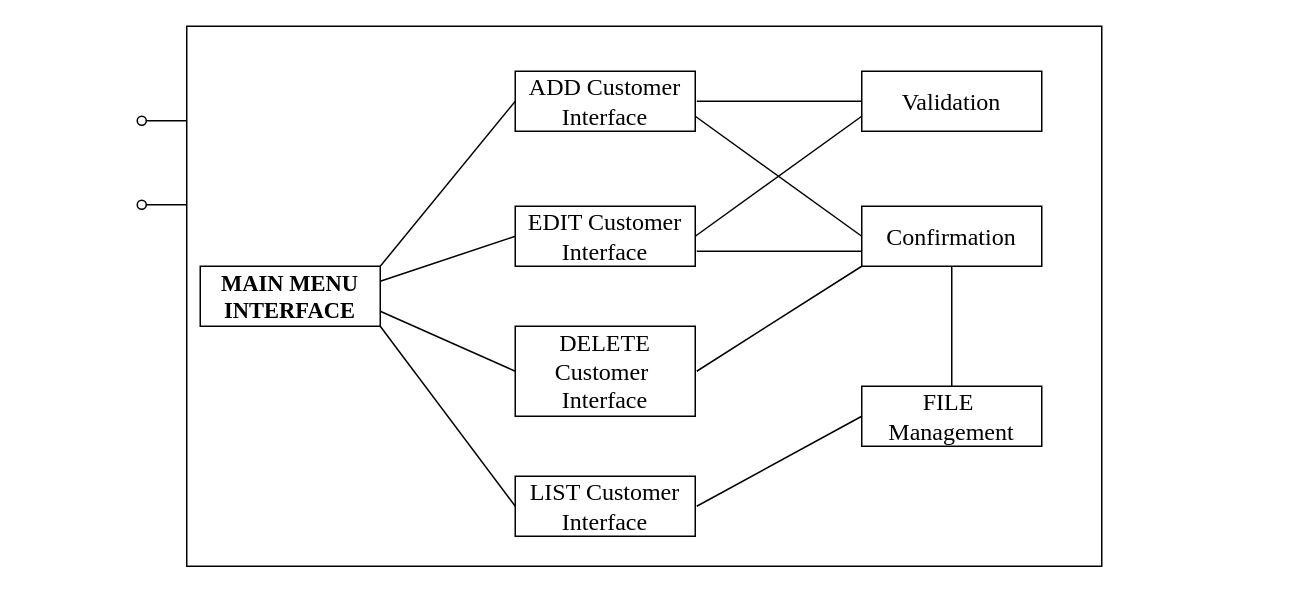
This is Untitled Diagram.drawio from francis-job/jarvis, a draw.io file, before an edit. Source tidied: cells renumbered, new cells numbered last; positions are measured from the earlier drawing's top-left corner, leaving out a move shared by most shapes. Both pictures are drawn from the tidied source at 150%, with x=0, y=0 at pixel (141, 26).
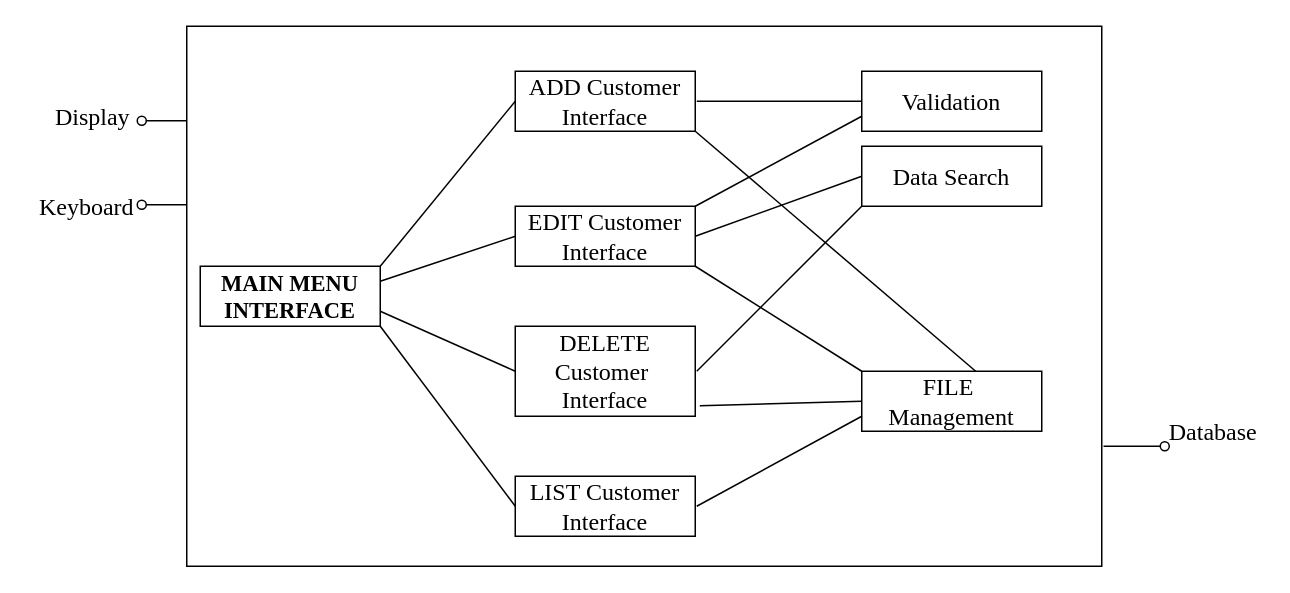
Above is the later version.

Unchanged cells that the change refers to:
```xml
<mxCell id="4" value="ADD Customer&lt;br&gt;Interface" style="rounded=0;whiteSpace=wrap;html=1;fontFamily=Times New Roman;fontSize=16;" parent="1" vertex="1">
  <mxGeometry x="249" y="30" width="120" height="40" as="geometry" />
</mxCell>
<mxCell id="5" value="&lt;font style=&quot;font-size: 16px&quot;&gt;EDIT Customer&lt;br&gt;Interface&lt;/font&gt;" style="rounded=0;whiteSpace=wrap;html=1;fontFamily=Times New Roman;" parent="1" vertex="1">
  <mxGeometry x="249" y="120" width="120" height="40" as="geometry" />
</mxCell>
<mxCell id="7" value="&lt;font style=&quot;font-size: 16px&quot;&gt;DELETE Customer&amp;nbsp;&lt;br&gt;Interface&lt;/font&gt;" style="rounded=0;whiteSpace=wrap;html=1;fontFamily=Times New Roman;" parent="1" vertex="1">
  <mxGeometry x="249" y="200" width="120" height="60" as="geometry" />
</mxCell>
<mxCell id="8" value="Validation" style="rounded=0;whiteSpace=wrap;html=1;fontFamily=Times New Roman;fontSize=16;" parent="1" vertex="1">
  <mxGeometry x="480" y="30" width="120" height="40" as="geometry" />
</mxCell>
```

The edit, as a diff of the source:
```diff
@@
-    <mxCell id="9" value="Confirmation" style="rounded=0;whiteSpace=wrap;html=1;fontFamily=Times New Roman;fontSize=16;" parent="1" vertex="1">
-      <mxGeometry x="480" y="120" width="120" height="40" as="geometry" />
+    <mxCell id="9" value="Data Search" style="rounded=0;whiteSpace=wrap;html=1;fontFamily=Times New Roman;fontSize=16;" parent="1" vertex="1">
+      <mxGeometry x="480" y="80" width="120" height="40" as="geometry" />
     </mxCell>
     <mxCell id="10" value="FILE&amp;nbsp; Management" style="rounded=0;whiteSpace=wrap;html=1;fontFamily=Times New Roman;fontSize=16;" parent="1" vertex="1">
-      <mxGeometry x="480" y="240" width="120" height="40" as="geometry" />
+      <mxGeometry x="480" y="230" width="120" height="40" as="geometry" />
     </mxCell>
@@
-    <mxCell id="16" style="endArrow=none;html=1;fontFamily=Times New Roman;fontSize=16;entryX=0;entryY=0.75;entryDx=0;entryDy=0;exitX=1;exitY=0.5;exitDx=0;exitDy=0;" parent="1" edge="1" source="5" target="8">
+    <mxCell id="16" style="endArrow=none;html=1;fontFamily=Times New Roman;fontSize=16;entryX=0;entryY=0.75;entryDx=0;entryDy=0;exitX=1;exitY=0;exitDx=0;exitDy=0;" parent="1" edge="1" source="5" target="8">
       <mxGeometry relative="1" as="geometry" />
     </mxCell>
-    <mxCell id="17" style="endArrow=none;html=1;fontFamily=Times New Roman;fontSize=16;entryX=1;entryY=0.75;entryDx=0;entryDy=0;exitX=0;exitY=0.5;exitDx=0;exitDy=0;" parent="1" edge="1" source="9" target="4">
-      <mxGeometry relative="1" as="geometry" />
-    </mxCell>
-    <mxCell id="18" style="endArrow=none;html=1;fontFamily=Times New Roman;fontSize=16;exitX=0;exitY=0.75;exitDx=0;exitDy=0;" parent="1" edge="1" source="9">
-      <mxGeometry relative="1" as="geometry">
-        <mxPoint x="370" y="150" as="targetPoint" />
-      </mxGeometry>
+    <mxCell id="18" style="endArrow=none;html=1;fontFamily=Times New Roman;fontSize=16;exitX=0;exitY=0.5;exitDx=0;exitDy=0;entryX=1;entryY=0.5;entryDx=0;entryDy=0;" parent="1" edge="1" source="9" target="5">
+      <mxGeometry relative="1" as="geometry" />
     </mxCell>
@@
-    <mxCell id="20" style="endArrow=none;html=1;fontFamily=Times New Roman;fontSize=16;entryX=0.5;entryY=0;entryDx=0;entryDy=0;" parent="1" edge="1" source="9" target="10">
-      <mxGeometry relative="1" as="geometry" />
-    </mxCell>
-    <mxCell id="21" style="endArrow=none;html=1;fontFamily=Times New Roman;fontSize=16;entryX=0;entryY=0.5;entryDx=0;entryDy=0;" parent="1" edge="1" target="10">
+    <mxCell id="21" style="endArrow=none;html=1;fontFamily=Times New Roman;fontSize=16;entryX=0;entryY=0.75;entryDx=0;entryDy=0;" parent="1" edge="1" target="10">
       <mxGeometry relative="1" as="geometry">
         <mxPoint x="370" y="320" as="sourcePoint" />
       </mxGeometry>
     </mxCell>
@@
+    <mxCell id="24" value="Display" style="text;html=1;align=center;verticalAlign=middle;fillColor=none;strokeColor=none;rounded=0;fontFamily=Times New Roman;fontSize=16;" parent="1" vertex="1">
+      <mxGeometry x="-68" y="50" width="70" height="20" as="geometry" />
+    </mxCell>
+    <mxCell id="25" value="Keyboard" style="text;html=1;align=center;verticalAlign=middle;fillColor=none;strokeColor=none;rounded=0;fontFamily=Times New Roman;fontSize=16;" parent="1" vertex="1">
+      <mxGeometry x="-77" y="110" width="80" height="20" as="geometry" />
+    </mxCell>
+    <mxCell id="26" style="endArrow=none;html=1;fontFamily=Times New Roman;fontSize=16;entryX=1.002;entryY=0.414;entryDx=0;entryDy=0;entryPerimeter=0;startArrow=oval;startFill=0;" parent="1" edge="1">
+      <mxGeometry relative="1" as="geometry">
+        <mxPoint x="682" y="280" as="sourcePoint" />
+        <mxPoint x="641.2" y="280" as="targetPoint" />
+      </mxGeometry>
+    </mxCell>
+    <mxCell id="27" value="Database" style="text;html=1;align=center;verticalAlign=middle;fillColor=none;strokeColor=none;rounded=0;fontFamily=Times New Roman;fontSize=16;" parent="1" vertex="1">
+      <mxGeometry x="679" y="260" width="70" height="20" as="geometry" />
+    </mxCell>
+    <mxCell id="28" style="endArrow=none;html=1;fontFamily=Times New Roman;fontSize=16;entryX=1;entryY=1;entryDx=0;entryDy=0;exitX=0.633;exitY=0;exitDx=0;exitDy=0;exitPerimeter=0;" parent="1" edge="1" source="10" target="4">
+      <mxGeometry relative="1" as="geometry" />
+    </mxCell>
+    <mxCell id="29" style="endArrow=none;html=1;fontFamily=Times New Roman;fontSize=16;entryX=1;entryY=1;entryDx=0;entryDy=0;exitX=0;exitY=0;exitDx=0;exitDy=0;" parent="1" edge="1" source="10" target="5">
+      <mxGeometry relative="1" as="geometry" />
+    </mxCell>
+    <mxCell id="30" style="endArrow=none;html=1;fontFamily=Times New Roman;fontSize=16;exitX=0;exitY=0.5;exitDx=0;exitDy=0;entryX=1.025;entryY=0.883;entryDx=0;entryDy=0;entryPerimeter=0;" parent="1" edge="1" source="10" target="7">
+      <mxGeometry relative="1" as="geometry" />
+    </mxCell>
```
